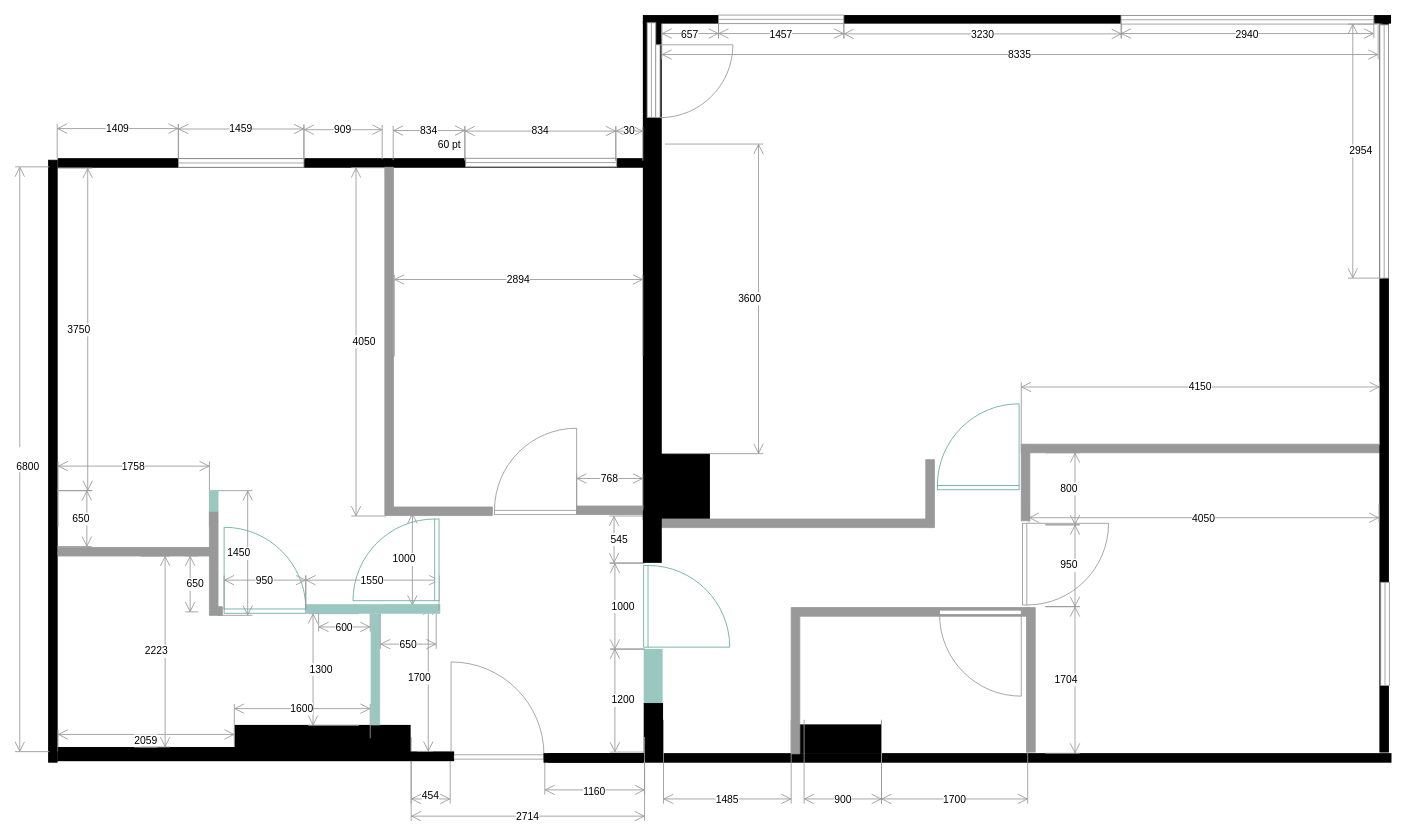
Earlier version of the draw.io diagram docs/src/static/drawings/floor-plan.construction.drawio (surquest/flat-renovation). Source tidied: cells renumbered, new cells numbered last; positions are measured from the earlier drawing's top-left corner, leaving out a move shared by most shapes. Both pictures are drawn from the tidied source at 86%, with x=0, y=0 at pixel (15, 15).
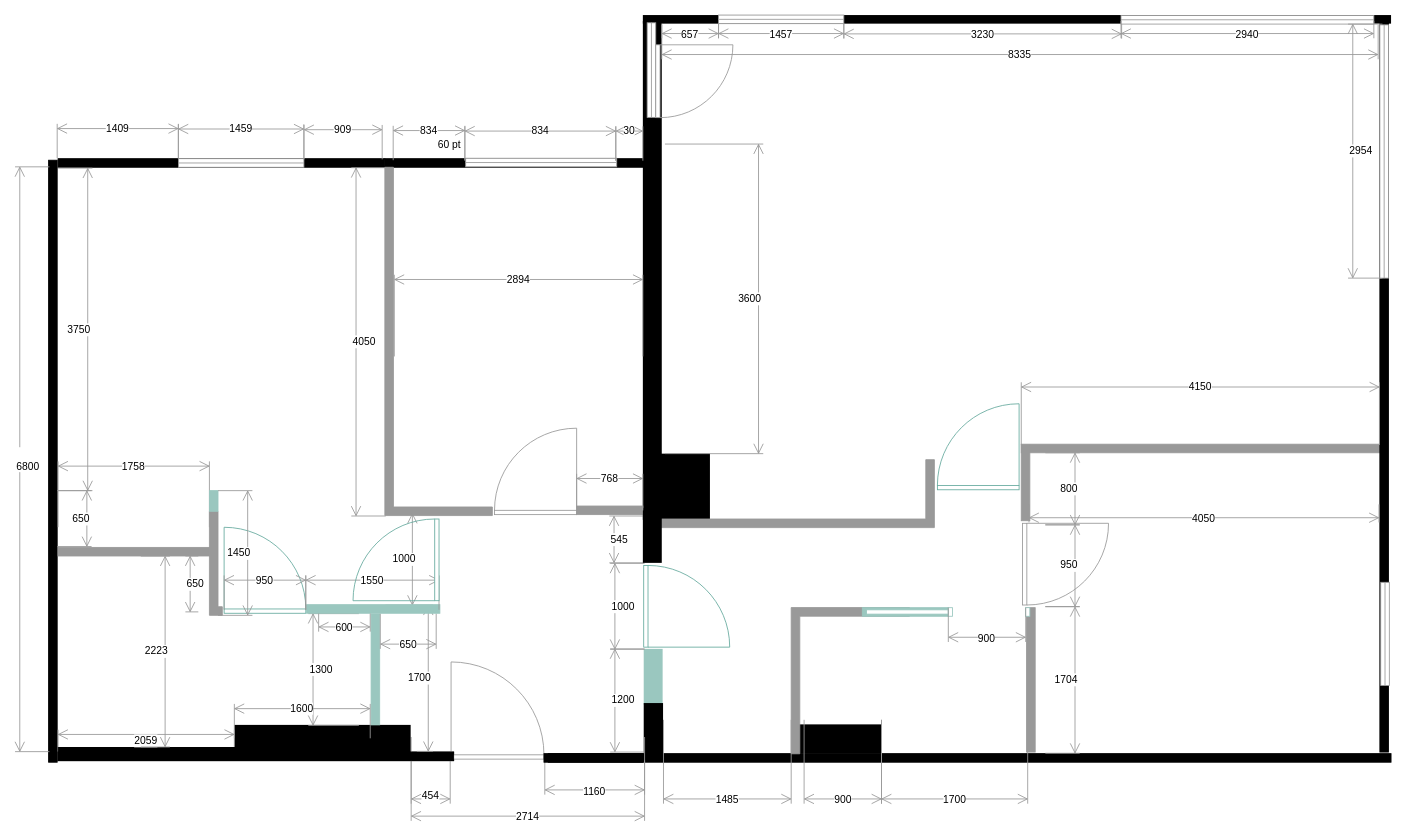
The same page after the edit.

Commit message (it also covers changes not shown here):
Moving doors in small bathroom

The edit, as a diff of the source:
```diff
@@
     <mxCell id="57" style="verticalLabelPosition=bottom;html=1;verticalAlign=top;align=center;shape=mxgraph.floorplan.wallCorner;fillColor=strokeColor;strokeColor=#999999;" parent="1" vertex="1">
-      <mxGeometry x="902.5" y="689" width="277.5" height="170" as="geometry" />
+      <mxGeometry x="902.5" y="689" width="137.5" height="170" as="geometry" />
     </mxCell>
@@
-    <mxCell id="60" style="verticalLabelPosition=bottom;html=1;verticalAlign=top;align=center;shape=mxgraph.floorplan.doorLeft;strokeColor=#999999;fillColor=#FFFFFF;direction=east;flipV=0;flipH=1;" parent="1" vertex="1">
-      <mxGeometry x="1075" y="692" width="95" height="85" as="geometry" />
-    </mxCell>
@@
+    <mxCell id="94" style="verticalLabelPosition=bottom;html=1;verticalAlign=top;align=center;shape=mxgraph.floorplan.wall;fillColor=strokeColor;strokeColor=#9AC7BF;" parent="1" vertex="1">
+      <mxGeometry x="985.2" y="689.1" width="100" height="10" as="geometry" />
+    </mxCell>
+    <mxCell id="95" style="verticalLabelPosition=bottom;html=1;verticalAlign=top;align=center;shape=mxgraph.floorplan.doorPocket;dx=0.5;strokeColor=#9AC7BF;" parent="1" vertex="1">
+      <mxGeometry x="990" y="689.1" width="190" height="10" as="geometry" />
+    </mxCell>
+    <mxCell id="96" value="900" style="shape=dimension;whiteSpace=wrap;html=1;align=center;verticalAlign=bottom;spacingBottom=-5;labelBackgroundColor=#ffffff;strokeColor=#999999;" parent="1" vertex="1">
+      <mxGeometry x="1085.2" y="689" width="90" height="40" as="geometry" />
+    </mxCell>
```
